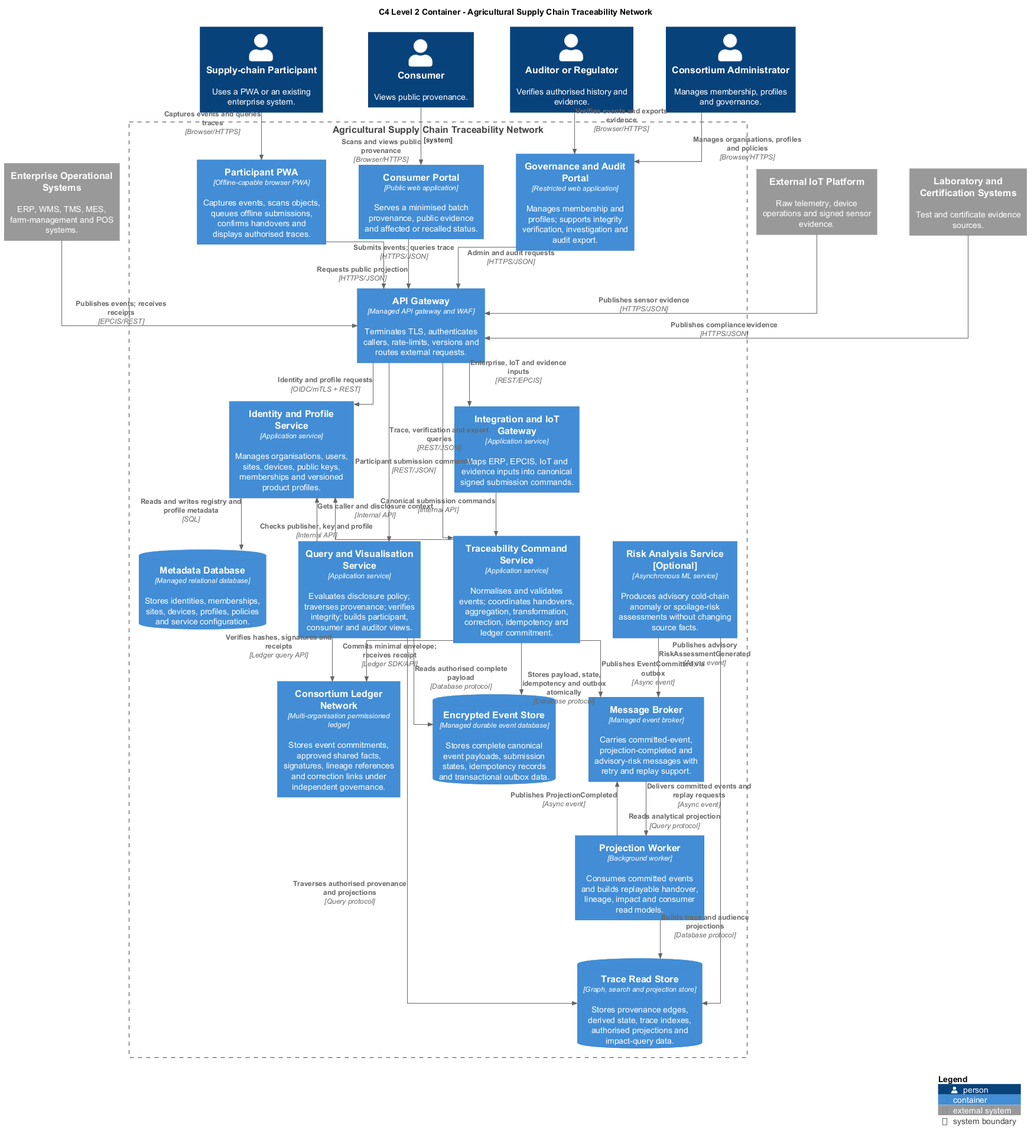
This is diagrams/rendered/Agricultural_Supply_Chain_Traceability_Containers.png from kuangshen04/48433assignment, a PlantUML export, as it was before one commit. The source it was exported from:
```plantuml
@startuml Agricultural_Supply_Chain_Traceability_Containers
!include <C4/C4_Container>

title C4 Level 2 Container - Agricultural Supply Chain Traceability Network

LAYOUT_TOP_DOWN()
skinparam linetype ortho
skinparam nodesep 55
skinparam ranksep 65

Person(participant, "Supply-chain Participant", "Uses a PWA or an existing enterprise system.")
Person(consumer, "Consumer", "Views public provenance.")
Person(auditor, "Auditor or Regulator", "Verifies authorised history and evidence.")
Person(admin, "Consortium Administrator", "Manages membership, profiles and governance.")

System_Ext(enterpriseSystems, "Enterprise Operational Systems", "ERP, WMS, TMS, MES, farm-management and POS systems.")
System_Ext(iotPlatform, "External IoT Platform", "Raw telemetry, device operations and signed sensor evidence.")
System_Ext(labSystems, "Laboratory and Certification Systems", "Test and certificate evidence sources.")

System_Boundary(traceNetwork, "Agricultural Supply Chain Traceability Network") {
  Container(participantPwa, "Participant PWA", "Offline-capable browser PWA", "Captures events, scans objects, queues offline submissions, confirms handovers and displays authorised traces.")
  Container(consumerPortal, "Consumer Portal", "Public web application", "Serves a minimised batch provenance, public evidence and affected or recalled status.")
  Container(auditPortal, "Governance and Audit Portal", "Restricted web application", "Manages membership and profiles; supports integrity verification, investigation and audit export.")

  Container(apiGateway, "API Gateway", "Managed API gateway and WAF", "Terminates TLS, authenticates callers, rate-limits, versions and routes external requests.")
  Container(identityProfile, "Identity and Profile Service", "Application service", "Manages organisations, users, sites, devices, public keys, memberships and versioned product profiles.")
  Container(commandService, "Traceability Command Service", "Application service", "Normalises and validates events; coordinates handovers, aggregation, transformation, correction, idempotency and ledger commitment.")
  Container(integrationGateway, "Integration and IoT Gateway", "Application service", "Maps ERP, EPCIS, IoT and evidence inputs into canonical signed submission commands.")
  Container(queryService, "Query and Visualisation Service", "Application service", "Evaluates disclosure policy; traverses provenance; verifies integrity; builds participant, consumer and auditor views.")
  Container(projectionWorker, "Projection Worker", "Background worker", "Consumes committed events and builds replayable handover, lineage, impact and consumer read models.")
  Container(riskService, "Risk Analysis Service [Optional]", "Asynchronous ML service", "Produces advisory cold-chain anomaly or spoilage-risk assessments without changing source facts.")

  ContainerDb(metadataDb, "Metadata Database", "Managed relational database", "Stores identities, memberships, sites, devices, profiles, policies and service configuration.")
  ContainerDb(eventStore, "Encrypted Event Store", "Managed durable event database", "Stores complete canonical event payloads, submission states, idempotency records and transactional outbox data.")
  ContainerDb(readStore, "Trace Read Store", "Graph, search and projection store", "Stores provenance edges, derived state, trace indexes, authorised projections and impact-query data.")
  Container(messageBroker, "Message Broker", "Managed event broker", "Carries committed-event, projection-completed and advisory-risk messages with retry and replay support.")
  Container(ledger, "Consortium Ledger Network", "Multi-organisation permissioned ledger", "Stores event commitments, approved shared facts, signatures, lineage references and correction links under independent governance.")
}

Lay_R(participantPwa, consumerPortal)
Lay_R(consumerPortal, auditPortal)
Lay_D(consumerPortal, apiGateway)
Lay_R(identityProfile, integrationGateway)
Lay_R(integrationGateway, commandService)
Lay_R(commandService, queryService)
Lay_R(queryService, riskService)
Lay_D(identityProfile, metadataDb)
Lay_D(commandService, eventStore)
Lay_R(metadataDb, ledger)
Lay_R(ledger, eventStore)
Lay_R(eventStore, messageBroker)
Lay_D(messageBroker, projectionWorker)
Lay_D(projectionWorker, readStore)

Rel(participant, participantPwa, "Captures events and queries traces", "Browser/HTTPS")
Rel(consumer, consumerPortal, "Scans and views public provenance", "Browser/HTTPS")
Rel(auditor, auditPortal, "Verifies events and exports evidence", "Browser/HTTPS")
Rel(admin, auditPortal, "Manages organisations, profiles and policies", "Browser/HTTPS")

Rel(participantPwa, apiGateway, "Submits events; queries trace", "HTTPS/JSON")
Rel(consumerPortal, apiGateway, "Requests public projection", "HTTPS/JSON")
Rel(auditPortal, apiGateway, "Admin and audit requests", "HTTPS/JSON")
Rel(enterpriseSystems, apiGateway, "Publishes events; receives receipts", "EPCIS/REST")
Rel(iotPlatform, apiGateway, "Publishes sensor evidence", "HTTPS/JSON")
Rel(labSystems, apiGateway, "Publishes compliance evidence", "HTTPS/JSON")

Rel(apiGateway, identityProfile, "Identity and profile requests", "OIDC/mTLS + REST")
Rel(apiGateway, commandService, "Participant submission commands", "REST/JSON")
Rel(apiGateway, integrationGateway, "Enterprise, IoT and evidence inputs", "REST/EPCIS")
Rel(apiGateway, queryService, "Trace, verification and export queries", "REST/JSON")

Rel(integrationGateway, commandService, "Canonical submission commands", "Internal API")
Rel(commandService, identityProfile, "Checks publisher, key and profile", "Internal API")
Rel(identityProfile, metadataDb, "Reads and writes registry and profile metadata", "SQL")
Rel(commandService, eventStore, "Stores payload, state, idempotency and outbox atomically", "Database protocol")
Rel(commandService, ledger, "Commits minimal envelope; receives receipt", "Ledger SDK/API")
Rel(commandService, messageBroker, "Publishes EventCommitted via outbox", "Async event")

Rel(messageBroker, projectionWorker, "Delivers committed events and replay requests", "Async event")
Rel(projectionWorker, readStore, "Builds trace and audience projections", "Database protocol")
Rel(projectionWorker, messageBroker, "Publishes ProjectionCompleted", "Async event")

Rel(queryService, identityProfile, "Gets caller and disclosure context", "Internal API")
Rel(queryService, readStore, "Traverses authorised provenance and projections", "Query protocol")
Rel(queryService, eventStore, "Reads authorised complete payload", "Database protocol")
Rel(queryService, ledger, "Verifies hashes, signatures and receipts", "Ledger query API")

Rel(riskService, readStore, "Reads analytical projection", "Query protocol")
Rel(riskService, messageBroker, "Publishes advisory RiskAssessmentGenerated", "Async event")

SHOW_LEGEND()
@enduml
```
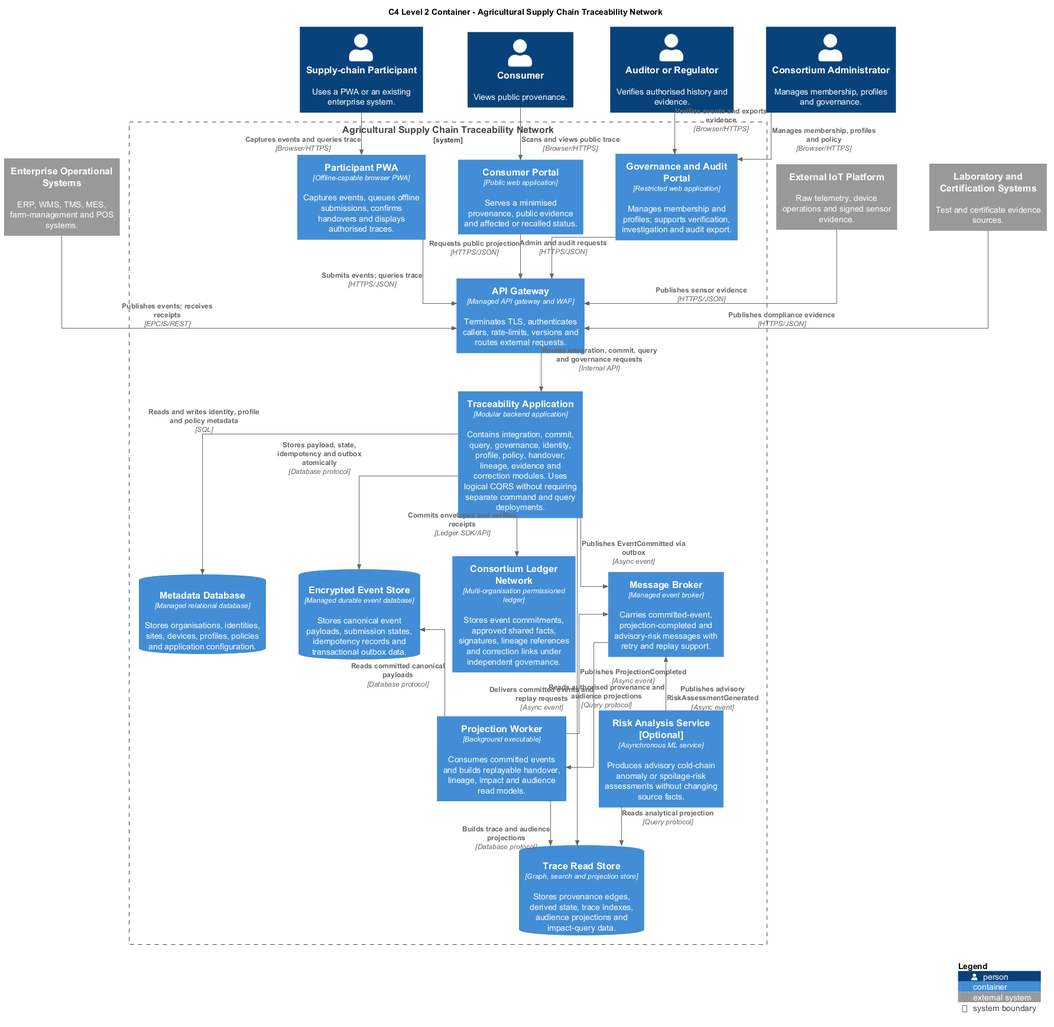
Above is the later version.

Diff of the diagram source:
```diff
@@ -18,21 +18,18 @@
 System_Ext(labSystems, "Laboratory and Certification Systems", "Test and certificate evidence sources.")
 
 System_Boundary(traceNetwork, "Agricultural Supply Chain Traceability Network") {
-  Container(participantPwa, "Participant PWA", "Offline-capable browser PWA", "Captures events, scans objects, queues offline submissions, confirms handovers and displays authorised traces.")
-  Container(consumerPortal, "Consumer Portal", "Public web application", "Serves a minimised batch provenance, public evidence and affected or recalled status.")
-  Container(auditPortal, "Governance and Audit Portal", "Restricted web application", "Manages membership and profiles; supports integrity verification, investigation and audit export.")
+  Container(participantPwa, "Participant PWA", "Offline-capable browser PWA", "Captures events, queues offline submissions, confirms handovers and displays authorised traces.")
+  Container(consumerPortal, "Consumer Portal", "Public web application", "Serves a minimised provenance, public evidence and affected or recalled status.")
+  Container(auditPortal, "Governance and Audit Portal", "Restricted web application", "Manages membership and profiles; supports verification, investigation and audit export.")
 
   Container(apiGateway, "API Gateway", "Managed API gateway and WAF", "Terminates TLS, authenticates callers, rate-limits, versions and routes external requests.")
-  Container(identityProfile, "Identity and Profile Service", "Application service", "Manages organisations, users, sites, devices, public keys, memberships and versioned product profiles.")
-  Container(commandService, "Traceability Command Service", "Application service", "Normalises and validates events; coordinates handovers, aggregation, transformation, correction, idempotency and ledger commitment.")
-  Container(integrationGateway, "Integration and IoT Gateway", "Application service", "Maps ERP, EPCIS, IoT and evidence inputs into canonical signed submission commands.")
-  Container(queryService, "Query and Visualisation Service", "Application service", "Evaluates disclosure policy; traverses provenance; verifies integrity; builds participant, consumer and auditor views.")
-  Container(projectionWorker, "Projection Worker", "Background worker", "Consumes committed events and builds replayable handover, lineage, impact and consumer read models.")
+  Container(traceApp, "Traceability Application", "Modular backend application", "Contains integration, commit, query, governance, identity, profile, policy, handover, lineage, evidence and correction modules. Uses logical CQRS without requiring separate command and query deployments.")
+  Container(projectionWorker, "Projection Worker", "Background executable", "Consumes committed events and builds replayable handover, lineage, impact and audience read models.")
   Container(riskService, "Risk Analysis Service [Optional]", "Asynchronous ML service", "Produces advisory cold-chain anomaly or spoilage-risk assessments without changing source facts.")
 
-  ContainerDb(metadataDb, "Metadata Database", "Managed relational database", "Stores identities, memberships, sites, devices, profiles, policies and service configuration.")
-  ContainerDb(eventStore, "Encrypted Event Store", "Managed durable event database", "Stores complete canonical event payloads, submission states, idempotency records and transactional outbox data.")
-  ContainerDb(readStore, "Trace Read Store", "Graph, search and projection store", "Stores provenance edges, derived state, trace indexes, authorised projections and impact-query data.")
+  ContainerDb(metadataDb, "Metadata Database", "Managed relational database", "Stores organisations, identities, sites, devices, profiles, policies and application configuration.")
+  ContainerDb(eventStore, "Encrypted Event Store", "Managed durable event database", "Stores canonical event payloads, submission states, idempotency records and transactional outbox data.")
+  ContainerDb(readStore, "Trace Read Store", "Graph, search and projection store", "Stores provenance edges, derived state, trace indexes, audience projections and impact-query data.")
   Container(messageBroker, "Message Broker", "Managed event broker", "Carries committed-event, projection-completed and advisory-risk messages with retry and replay support.")
   Container(ledger, "Consortium Ledger Network", "Multi-organisation permissioned ledger", "Stores event commitments, approved shared facts, signatures, lineage references and correction links under independent governance.")
 }
@@ -40,22 +37,18 @@
 Lay_R(participantPwa, consumerPortal)
 Lay_R(consumerPortal, auditPortal)
 Lay_D(consumerPortal, apiGateway)
-Lay_R(identityProfile, integrationGateway)
-Lay_R(integrationGateway, commandService)
-Lay_R(commandService, queryService)
-Lay_R(queryService, riskService)
-Lay_D(identityProfile, metadataDb)
-Lay_D(commandService, eventStore)
-Lay_R(metadataDb, ledger)
-Lay_R(ledger, eventStore)
-Lay_R(eventStore, messageBroker)
+Lay_D(apiGateway, traceApp)
+Lay_R(metadataDb, eventStore)
+Lay_R(eventStore, ledger)
+Lay_R(ledger, messageBroker)
 Lay_D(messageBroker, projectionWorker)
+Lay_R(projectionWorker, riskService)
 Lay_D(projectionWorker, readStore)
 
-Rel(participant, participantPwa, "Captures events and queries traces", "Browser/HTTPS")
-Rel(consumer, consumerPortal, "Scans and views public provenance", "Browser/HTTPS")
+Rel(participant, participantPwa, "Captures events and queries trace", "Browser/HTTPS")
+Rel(consumer, consumerPortal, "Scans and views public trace", "Browser/HTTPS")
 Rel(auditor, auditPortal, "Verifies events and exports evidence", "Browser/HTTPS")
-Rel(admin, auditPortal, "Manages organisations, profiles and policies", "Browser/HTTPS")
+Rel(admin, auditPortal, "Manages membership, profiles and policy", "Browser/HTTPS")
 
 Rel(participantPwa, apiGateway, "Submits events; queries trace", "HTTPS/JSON")
 Rel(consumerPortal, apiGateway, "Requests public projection", "HTTPS/JSON")
@@ -64,26 +57,17 @@
 Rel(iotPlatform, apiGateway, "Publishes sensor evidence", "HTTPS/JSON")
 Rel(labSystems, apiGateway, "Publishes compliance evidence", "HTTPS/JSON")
 
-Rel(apiGateway, identityProfile, "Identity and profile requests", "OIDC/mTLS + REST")
-Rel(apiGateway, commandService, "Participant submission commands", "REST/JSON")
-Rel(apiGateway, integrationGateway, "Enterprise, IoT and evidence inputs", "REST/EPCIS")
-Rel(apiGateway, queryService, "Trace, verification and export queries", "REST/JSON")
-
-Rel(integrationGateway, commandService, "Canonical submission commands", "Internal API")
-Rel(commandService, identityProfile, "Checks publisher, key and profile", "Internal API")
-Rel(identityProfile, metadataDb, "Reads and writes registry and profile metadata", "SQL")
-Rel(commandService, eventStore, "Stores payload, state, idempotency and outbox atomically", "Database protocol")
-Rel(commandService, ledger, "Commits minimal envelope; receives receipt", "Ledger SDK/API")
-Rel(commandService, messageBroker, "Publishes EventCommitted via outbox", "Async event")
+Rel(apiGateway, traceApp, "Routes integration, commit, query and governance requests", "Internal API")
+Rel(traceApp, metadataDb, "Reads and writes identity, profile and policy metadata", "SQL")
+Rel(traceApp, eventStore, "Stores payload, state, idempotency and outbox atomically", "Database protocol")
+Rel(traceApp, readStore, "Reads authorised provenance and audience projections", "Query protocol")
+Rel(traceApp, ledger, "Commits envelopes and verifies receipts", "Ledger SDK/API")
+Rel(traceApp, messageBroker, "Publishes EventCommitted via outbox", "Async event")
 
 Rel(messageBroker, projectionWorker, "Delivers committed events and replay requests", "Async event")
+Rel(projectionWorker, eventStore, "Reads committed canonical payloads", "Database protocol")
 Rel(projectionWorker, readStore, "Builds trace and audience projections", "Database protocol")
 Rel(projectionWorker, messageBroker, "Publishes ProjectionCompleted", "Async event")
-
-Rel(queryService, identityProfile, "Gets caller and disclosure context", "Internal API")
-Rel(queryService, readStore, "Traverses authorised provenance and projections", "Query protocol")
-Rel(queryService, eventStore, "Reads authorised complete payload", "Database protocol")
-Rel(queryService, ledger, "Verifies hashes, signatures and receipts", "Ledger query API")
 
 Rel(riskService, readStore, "Reads analytical projection", "Query protocol")
 Rel(riskService, messageBroker, "Publishes advisory RiskAssessmentGenerated", "Async event")
```
